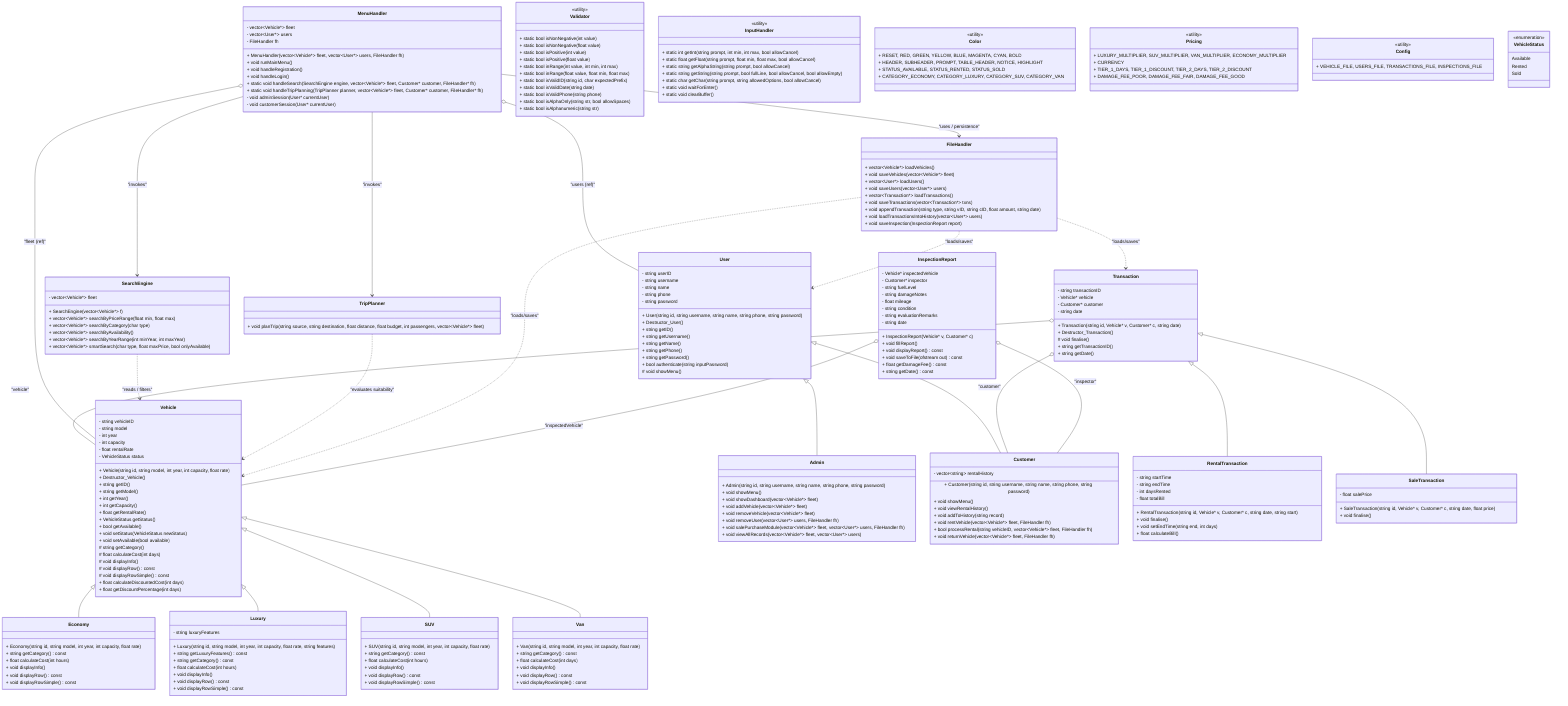
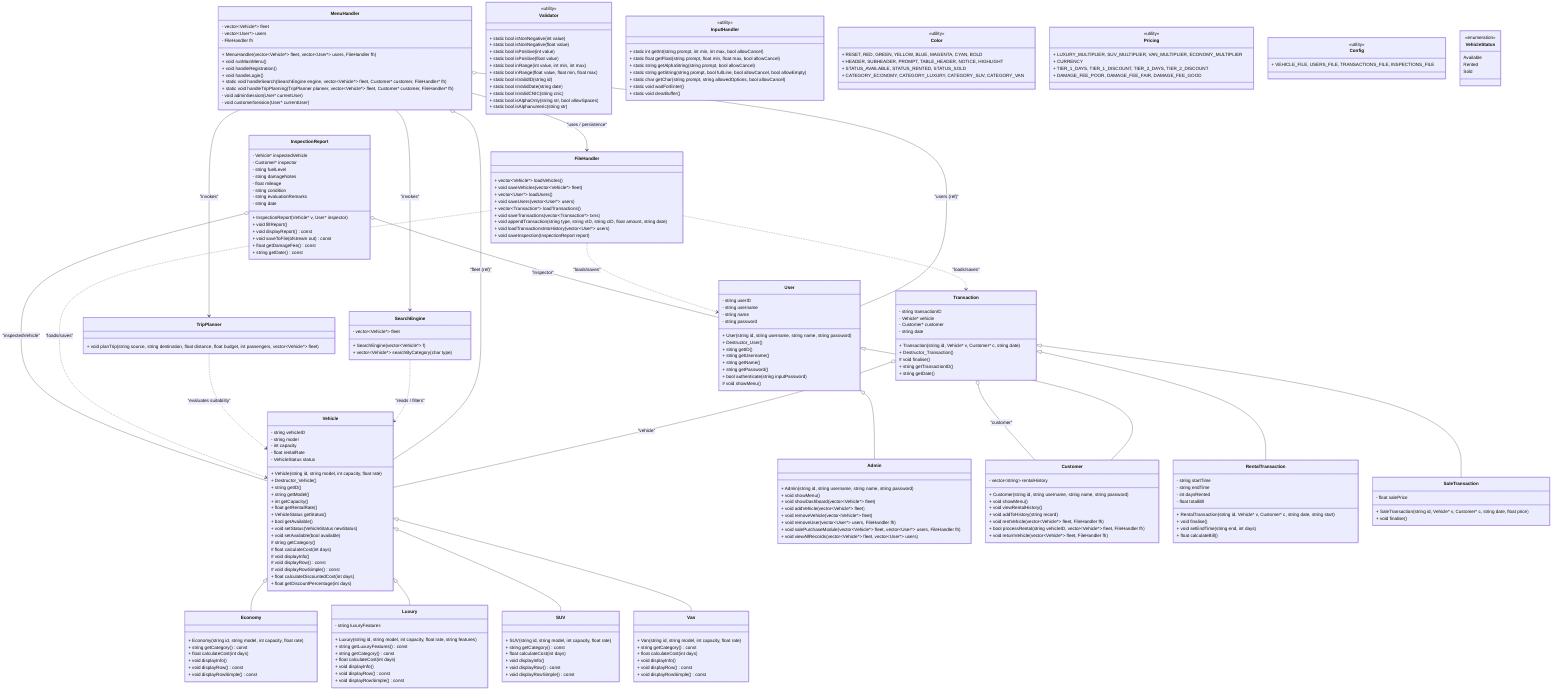
classDiagram
    direction TB

    %% --- Core domain classes ---
    class Vehicle {
        - string vehicleID
        - string model
-         - int year
        - int capacity
        - float rentalRate
        - VehicleStatus status
-         + Vehicle(string id, string model, int year, int capacity, float rate)
+         + Vehicle(string id, string model, int capacity, float rate)
        + Destructor_Vehicle()
        + string getID()
        + string getModel()
-         + int getYear()
        + int getCapacity()
        + float getRentalRate()
        + VehicleStatus getStatus()
        + bool getAvailable()
        + void setStatus(VehicleStatus newStatus)
        + void setAvailable(bool available)
        # string getCategory()
        # float calculateCost(int days)
        # void displayInfo()
        # void displayRow() const
        # void displayRowSimple() const
        + float calculateDiscountedCost(int days)
        + float getDiscountPercentage(int days)
    }

    class Economy {
-         + Economy(string id, string model, int year, int capacity, float rate)
-         + string getCategory() const
-         + float calculateCost(int hours)
+         + Economy(string id, string model, int capacity, float rate)
+         + string getCategory() const
+         + float calculateCost(int days)
        + void displayInfo()
        + void displayRow() const
        + void displayRowSimple() const
    }

    class Luxury {
        - string luxuryFeatures
-         + Luxury(string id, string model, int year, int capacity, float rate, string features)
+         + Luxury(string id, string model, int capacity, float rate, string features)
        + string getLuxuryFeatures() const
        + string getCategory() const
-         + float calculateCost(int hours)
+         + float calculateCost(int days)
        + void displayInfo()
        + void displayRow() const
        + void displayRowSimple() const
    }

    class SUV {
-         + SUV(string id, string model, int year, int capacity, float rate)
-         + string getCategory() const
-         + float calculateCost(int hours)
+         + SUV(string id, string model, int capacity, float rate)
+         + string getCategory() const
+         + float calculateCost(int days)
        + void displayInfo()
        + void displayRow() const
        + void displayRowSimple() const
    }

    class Van {
-         + Van(string id, string model, int year, int capacity, float rate)
+         + Van(string id, string model, int capacity, float rate)
        + string getCategory() const
        + float calculateCost(int days)
        + void displayInfo()
        + void displayRow() const
        + void displayRowSimple() const
    }

    Vehicle <|-- Economy
    Vehicle <|-- Luxury
    Vehicle <|-- SUV
    Vehicle <|-- Van

    %% --- User & Admin ---
    class User {
        - string userID
        - string username
        - string name
-         - string phone
        - string password
-         + User(string id, string username, string name, string phone, string password)
+         + User(string id, string username, string name, string password)
        + Destructor_User()
        + string getID()
        + string getUsername()
        + string getName()
-         + string getPhone()
        + string getPassword()
        + bool authenticate(string inputPassword)
        # void showMenu()
    }

    class Admin {
-         + Admin(string id, string username, string name, string phone, string password)
+         + Admin(string id, string username, string name, string password)
        + void showMenu()
        + void showDashboard(vector~Vehicle*~ fleet)
        + void addVehicle(vector~Vehicle*~ fleet)
        + void removeVehicle(vector~Vehicle*~ fleet)
        + void removeUser(vector~User*~ users, FileHandler fh)
        + void salePurchaseModule(vector~Vehicle*~ fleet, vector~User*~ users, FileHandler fh)
        + void viewAllRecords(vector~Vehicle*~ fleet, vector~User*~ users)
    }

    class Customer {
        - vector~string~ rentalHistory
-         + Customer(string id, string username, string name, string phone, string password)
+         + Customer(string id, string username, string name, string password)
        + void showMenu()
        + void viewRentalHistory()
        + void addToHistory(string record)
        + void rentVehicle(vector~Vehicle*~ fleet, FileHandler fh)
        + bool processRental(string vehicleID, vector~Vehicle*~ fleet, FileHandler fh)
        + void returnVehicle(vector~Vehicle*~ fleet, FileHandler fh)
    }

    User <|-- Admin
    User <|-- Customer

    %% --- Transactions ---
    class Transaction {
        - string transactionID
        - Vehicle* vehicle
        - Customer* customer
        - string date
        + Transaction(string id, Vehicle* v, Customer* c, string date)
        + Destructor_Transaction()
        # void finalise()
        + string getTransactionID()
        + string getDate()
    }

    class RentalTransaction {
        - string startTime
        - string endTime
        - int daysRented
        - float totalBill
        + RentalTransaction(string id, Vehicle* v, Customer* c, string date, string start)
        + void finalise()
        + void setEndTime(string end, int days)
        + float calculateBill()
    }

    class SaleTransaction {
        - float salePrice
        + SaleTransaction(string id, Vehicle* v, Customer* c, string date, float price)
        + void finalise()
    }

    Transaction <|-- RentalTransaction
    Transaction <|-- SaleTransaction

    Transaction o-- Vehicle : "vehicle"
    Transaction o-- Customer : "customer"

    %% --- Persistence, Search, UI & Utilities ---
    class FileHandler {
        + vector~Vehicle*~ loadVehicles()
        + void saveVehicles(vector~Vehicle*~ fleet)
        + vector~User*~ loadUsers()
        + void saveUsers(vector~User*~ users)
        + vector~Transaction*~ loadTransactions()
        + void saveTransactions(vector~Transaction*~ txns)
        + void appendTransaction(string type, string vID, string cID, float amount, string date)
        + void loadTransactionsIntoHistory(vector~User*~ users)
        + void saveInspection(InspectionReport report)
    }

    class SearchEngine {
        - vector~Vehicle*~ fleet
        + SearchEngine(vector~Vehicle*~ f)
-         + vector~Vehicle*~ searchByPriceRange(float min, float max)
        + vector~Vehicle*~ searchByCategory(char type)
-         + vector~Vehicle*~ searchByAvailability()
-         + vector~Vehicle*~ searchByYearRange(int minYear, int maxYear)
-         + vector~Vehicle*~ smartSearch(char type, float maxPrice, bool onlyAvailable)
    }

    class TripPlanner {
        + void planTrip(string source, string destination, float distance, float budget, int passengers, vector~Vehicle*~ fleet)
    }

    class MenuHandler {
        - vector~Vehicle*~ fleet
        - vector~User*~ users
        - FileHandler fh
        + MenuHandler(vector~Vehicle*~ fleet, vector~User*~ users, FileHandler fh)
        + void runMainMenu()
        + void handleRegistration()
        + void handleLogin()
        + static void handleSearch(SearchEngine engine, vector~Vehicle*~ fleet, Customer* customer, FileHandler* fh)
        + static void handleTripPlanning(TripPlanner planner, vector~Vehicle*~ fleet, Customer* customer, FileHandler* fh)
        - void adminSession(User* currentUser)
        - void customerSession(User* currentUser)
    }

    MenuHandler o-- Vehicle : "fleet (ref)"
    MenuHandler o-- User : "users (ref)"
    MenuHandler --> FileHandler : "uses / persistence"
    MenuHandler --> SearchEngine : "invokes"
    MenuHandler --> TripPlanner : "invokes"

    SearchEngine ..> Vehicle : "reads / filters"
    TripPlanner ..> Vehicle : "evaluates suitability"
    FileHandler ..> Vehicle : "loads/saves"
    FileHandler ..> User : "loads/saves"
    FileHandler ..> Transaction : "loads/saves"

    class InspectionReport {
        - Vehicle* inspectedVehicle
        - Customer* inspector
        - string fuelLevel
        - string damageNotes
        - float mileage
        - string condition
        - string evaluationRemarks
        - string date
-         + InspectionReport(Vehicle* v, Customer* c)
+         + InspectionReport(Vehicle* v, User* inspector)
        + void fillReport()
        + void displayReport() const
        + void saveToFile(ofstream out) const
        + float getDamageFee() const
        + string getDate() const
    }

    InspectionReport o-- Vehicle : "inspectedVehicle"
-     InspectionReport o-- Customer : "inspector"
+     InspectionReport o-- User : "inspector"

    class Validator {
        <<utility>>
        + static bool isNonNegative(int value)
        + static bool isNonNegative(float value)
        + static bool isPositive(int value)
        + static bool isPositive(float value)
        + static bool inRange(int value, int min, int max)
        + static bool inRange(float value, float min, float max)
-         + static bool isValidID(string id, char expectedPrefix)
+         + static bool isValidID(string id)
        + static bool isValidDate(string date)
-         + static bool isValidPhone(string phone)
+         + static bool isValidCNIC(string cnic)
        + static bool isAlphaOnly(string str, bool allowSpaces)
        + static bool isAlphanumeric(string str)
    }

    class InputHandler {
        <<utility>>
        + static int getInt(string prompt, int min, int max, bool allowCancel)
        + static float getFloat(string prompt, float min, float max, bool allowCancel)
        + static string getAlphaString(string prompt, bool allowCancel)
        + static string getString(string prompt, bool fullLine, bool allowCancel, bool allowEmpty)
        + static char getChar(string prompt, string allowedOptions, bool allowCancel)
        + static void waitForEnter()
        + static void clearBuffer()
    }

    class Color {
        <<utility>>
        + RESET, RED, GREEN, YELLOW, BLUE, MAGENTA, CYAN, BOLD
        + HEADER, SUBHEADER, PROMPT, TABLE_HEADER, NOTICE, HIGHLIGHT
        + STATUS_AVAILABLE, STATUS_RENTED, STATUS_SOLD
        + CATEGORY_ECONOMY, CATEGORY_LUXURY, CATEGORY_SUV, CATEGORY_VAN
    }

    class Pricing {
        <<utility>>
        + LUXURY_MULTIPLIER, SUV_MULTIPLIER, VAN_MULTIPLIER, ECONOMY_MULTIPLIER
        + CURRENCY
        + TIER_1_DAYS, TIER_1_DISCOUNT, TIER_2_DAYS, TIER_2_DISCOUNT
        + DAMAGE_FEE_POOR, DAMAGE_FEE_FAIR, DAMAGE_FEE_GOOD
    }

    class Config {
        <<utility>>
        + VEHICLE_FILE, USERS_FILE, TRANSACTIONS_FILE, INSPECTIONS_FILE
    }

    class VehicleStatus {
        <<enumeration>>
        Available
        Rented
        Sold
    }
